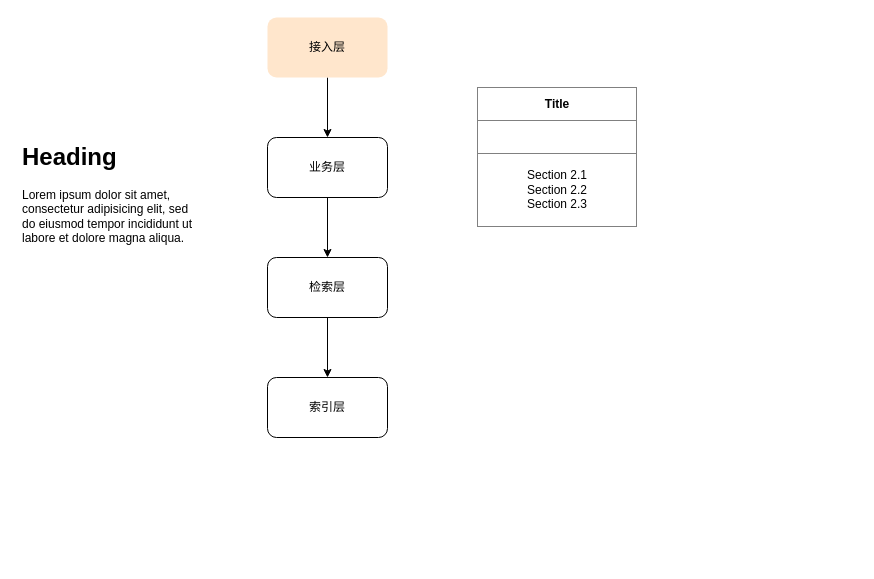
Above: frontend/中台架构.drawio in qdore/ubold (draw.io), before the change. Source tidied: cells renumbered, new cells numbered last; positions are measured from the earlier drawing's top-left corner, leaving out a move shared by most shapes. Both pictures are drawn from the tidied source at 100%, with x=0, y=0 at pixel (17, 17).
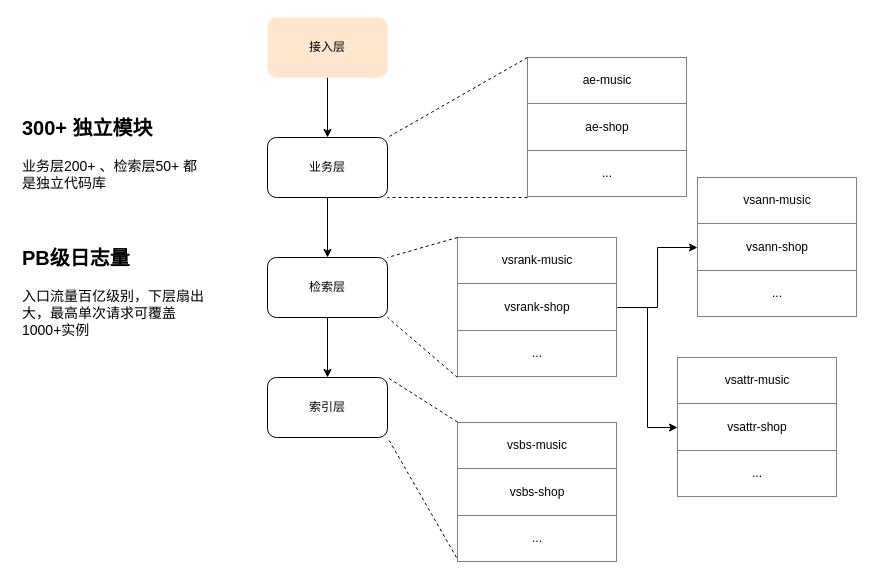
Above is the later version.

Unchanged cells that the change refers to:
```xml
<mxCell id="7" value="业务层" style="rounded=1;whiteSpace=wrap;html=1;" parent="1" vertex="1">
  <mxGeometry x="250" y="120" width="120" height="60" as="geometry" />
</mxCell>
<mxCell id="9" value="检索层" style="rounded=1;whiteSpace=wrap;html=1;" parent="1" vertex="1">
  <mxGeometry x="250" y="240" width="120" height="60" as="geometry" />
</mxCell>
<mxCell id="10" value="索引层" style="rounded=1;whiteSpace=wrap;html=1;" parent="1" vertex="1">
  <mxGeometry x="250" y="360" width="120" height="60" as="geometry" />
</mxCell>
```

The edit, as a diff of the source:
```diff
@@
-    <mxCell id="2" value="&lt;h1&gt;Heading&lt;/h1&gt;&lt;p&gt;Lorem ipsum dolor sit amet, consectetur adipisicing elit, sed do eiusmod tempor incididunt ut labore et dolore magna aliqua.&lt;/p&gt;" style="text;html=1;strokeColor=none;fillColor=none;spacing=5;spacingTop=-20;whiteSpace=wrap;overflow=hidden;rounded=0;" parent="1" vertex="1">
-      <mxGeometry y="120" width="190" height="120" as="geometry" />
+    <mxCell id="2" value="&lt;h1&gt;&lt;span style=&quot;font-size: 20px&quot;&gt;300+ 独立模块&lt;/span&gt;&lt;br&gt;&lt;/h1&gt;&lt;p&gt;&lt;span style=&quot;font-size: 14px&quot;&gt;业务层200+ 、检索层50+ 都是&lt;/span&gt;&lt;span style=&quot;font-size: 14px&quot;&gt;独立代码库&lt;/span&gt;&lt;/p&gt;" style="text;html=1;strokeColor=none;fillColor=none;spacing=5;spacingTop=-20;whiteSpace=wrap;overflow=hidden;rounded=0;" parent="1" vertex="1">
+      <mxGeometry y="90" width="190" height="90" as="geometry" />
     </mxCell>
-    <mxCell id="3" value="&lt;table border=&quot;1&quot; width=&quot;100%&quot; cellpadding=&quot;4&quot; style=&quot;width: 100% ; height: 100% ; border-collapse: collapse&quot;&gt;&lt;tbody&gt;&lt;tr&gt;&lt;th align=&quot;center&quot;&gt;&lt;b&gt;Title&lt;/b&gt;&lt;/th&gt;&lt;/tr&gt;&lt;tr&gt;&lt;td align=&quot;center&quot;&gt;&lt;br&gt;&lt;/td&gt;&lt;/tr&gt;&lt;tr&gt;&lt;td align=&quot;center&quot;&gt;Section 2.1&lt;br&gt;Section 2.2&lt;br&gt;Section 2.3&lt;/td&gt;&lt;/tr&gt;&lt;/tbody&gt;&lt;/table&gt;" style="text;html=1;strokeColor=none;fillColor=none;overflow=fill;" parent="1" vertex="1">
-      <mxGeometry x="460" y="70" width="160" height="140" as="geometry" />
+    <mxCell id="3" value="&lt;table border=&quot;1&quot; width=&quot;100%&quot; cellpadding=&quot;4&quot; style=&quot;width: 100% ; height: 100% ; border-collapse: collapse&quot;&gt;&lt;tbody&gt;&lt;tr&gt;&lt;th align=&quot;center&quot;&gt;&lt;span style=&quot;font-weight: normal&quot;&gt;ae-music&lt;/span&gt;&lt;/th&gt;&lt;/tr&gt;&lt;tr&gt;&lt;td align=&quot;center&quot;&gt;ae-shop&lt;/td&gt;&lt;/tr&gt;&lt;tr&gt;&lt;td align=&quot;center&quot;&gt;...&lt;/td&gt;&lt;/tr&gt;&lt;/tbody&gt;&lt;/table&gt;" style="text;html=1;strokeColor=none;fillColor=none;overflow=fill;" parent="1" vertex="1">
+      <mxGeometry x="510" y="40" width="160" height="140" as="geometry" />
     </mxCell>
@@
+    <mxCell id="11" value="&lt;h1&gt;&lt;span style=&quot;font-size: 20px&quot;&gt;PB级日志量&lt;/span&gt;&lt;br&gt;&lt;/h1&gt;&lt;p&gt;&lt;span style=&quot;font-size: 14px&quot;&gt;入口流量百亿级别，下层扇出大，最高单次请求可覆盖1000+实例&lt;/span&gt;&lt;br&gt;&lt;/p&gt;" style="text;html=1;strokeColor=none;fillColor=none;spacing=5;spacingTop=-20;whiteSpace=wrap;overflow=hidden;rounded=0;" parent="1" vertex="1">
+      <mxGeometry y="220" width="190" height="120" as="geometry" />
+    </mxCell>
+    <mxCell id="12" style="edgeStyle=orthogonalEdgeStyle;rounded=0;jettySize=auto;html=1;exitX=1;exitY=0.5;exitDx=0;exitDy=0;entryX=0;entryY=0.5;entryDx=0;entryDy=0;" parent="1" edge="1" source="14" target="18">
+      <mxGeometry relative="1" as="geometry" />
+    </mxCell>
+    <mxCell id="13" style="edgeStyle=orthogonalEdgeStyle;rounded=0;jettySize=auto;html=1;exitX=1;exitY=0.5;exitDx=0;exitDy=0;entryX=0;entryY=0.5;entryDx=0;entryDy=0;" parent="1" edge="1" source="14" target="17">
+      <mxGeometry relative="1" as="geometry" />
+    </mxCell>
+    <mxCell id="14" value="&lt;table border=&quot;1&quot; width=&quot;100%&quot; cellpadding=&quot;4&quot; style=&quot;width: 100% ; height: 100% ; border-collapse: collapse&quot;&gt;&lt;tbody&gt;&lt;tr&gt;&lt;th align=&quot;center&quot;&gt;&lt;span style=&quot;font-weight: normal&quot;&gt;vsrank-music&lt;/span&gt;&lt;/th&gt;&lt;/tr&gt;&lt;tr&gt;&lt;td align=&quot;center&quot;&gt;vsrank-shop&lt;/td&gt;&lt;/tr&gt;&lt;tr&gt;&lt;td align=&quot;center&quot;&gt;...&lt;/td&gt;&lt;/tr&gt;&lt;/tbody&gt;&lt;/table&gt;" style="text;html=1;strokeColor=none;fillColor=none;overflow=fill;" parent="1" vertex="1">
+      <mxGeometry x="440" y="220" width="160" height="140" as="geometry" />
+    </mxCell>
+    <mxCell id="15" style="endArrow=none;dashed=1;html=1;entryX=1;entryY=0;entryDx=0;entryDy=0;exitX=0;exitY=0;exitDx=0;exitDy=0;" parent="1" edge="1" source="3" target="7">
+      <mxGeometry relative="1" as="geometry" />
+    </mxCell>
+    <mxCell id="16" style="endArrow=none;dashed=1;html=1;entryX=1;entryY=1;entryDx=0;entryDy=0;exitX=0;exitY=1;exitDx=0;exitDy=0;" parent="1" edge="1" source="3" target="7">
+      <mxGeometry relative="1" as="geometry" />
+    </mxCell>
+    <mxCell id="17" value="&lt;table border=&quot;1&quot; width=&quot;100%&quot; cellpadding=&quot;4&quot; style=&quot;width: 100% ; height: 100% ; border-collapse: collapse&quot;&gt;&lt;tbody&gt;&lt;tr&gt;&lt;th align=&quot;center&quot;&gt;&lt;span style=&quot;font-weight: normal&quot;&gt;vsattr-music&lt;/span&gt;&lt;/th&gt;&lt;/tr&gt;&lt;tr&gt;&lt;td align=&quot;center&quot;&gt;vsattr-shop&lt;/td&gt;&lt;/tr&gt;&lt;tr&gt;&lt;td align=&quot;center&quot;&gt;...&lt;/td&gt;&lt;/tr&gt;&lt;/tbody&gt;&lt;/table&gt;" style="text;html=1;strokeColor=none;fillColor=none;overflow=fill;" parent="1" vertex="1">
+      <mxGeometry x="660" y="340" width="160" height="140" as="geometry" />
+    </mxCell>
+    <mxCell id="18" value="&lt;table border=&quot;1&quot; width=&quot;100%&quot; cellpadding=&quot;4&quot; style=&quot;width: 100% ; height: 100% ; border-collapse: collapse&quot;&gt;&lt;tbody&gt;&lt;tr&gt;&lt;th align=&quot;center&quot;&gt;&lt;span style=&quot;font-weight: normal&quot;&gt;vsann-music&lt;/span&gt;&lt;/th&gt;&lt;/tr&gt;&lt;tr&gt;&lt;td align=&quot;center&quot;&gt;vsann-shop&lt;/td&gt;&lt;/tr&gt;&lt;tr&gt;&lt;td align=&quot;center&quot;&gt;...&lt;/td&gt;&lt;/tr&gt;&lt;/tbody&gt;&lt;/table&gt;" style="text;html=1;strokeColor=none;fillColor=none;overflow=fill;" parent="1" vertex="1">
+      <mxGeometry x="680" y="160" width="160" height="140" as="geometry" />
+    </mxCell>
+    <mxCell id="19" style="endArrow=none;dashed=1;html=1;entryX=1;entryY=0;entryDx=0;entryDy=0;exitX=0;exitY=0;exitDx=0;exitDy=0;" parent="1" edge="1" source="14" target="9">
+      <mxGeometry relative="1" as="geometry" />
+    </mxCell>
+    <mxCell id="20" style="endArrow=none;dashed=1;html=1;entryX=1;entryY=1;entryDx=0;entryDy=0;exitX=0;exitY=1;exitDx=0;exitDy=0;" parent="1" edge="1" source="14" target="9">
+      <mxGeometry relative="1" as="geometry" />
+    </mxCell>
+    <mxCell id="21" value="&lt;table border=&quot;1&quot; width=&quot;100%&quot; cellpadding=&quot;4&quot; style=&quot;width: 100% ; height: 100% ; border-collapse: collapse&quot;&gt;&lt;tbody&gt;&lt;tr&gt;&lt;th align=&quot;center&quot;&gt;&lt;span style=&quot;font-weight: normal&quot;&gt;vsbs-music&lt;/span&gt;&lt;/th&gt;&lt;/tr&gt;&lt;tr&gt;&lt;td align=&quot;center&quot;&gt;vsbs-shop&lt;/td&gt;&lt;/tr&gt;&lt;tr&gt;&lt;td align=&quot;center&quot;&gt;...&lt;/td&gt;&lt;/tr&gt;&lt;/tbody&gt;&lt;/table&gt;" style="text;html=1;strokeColor=none;fillColor=none;overflow=fill;" parent="1" vertex="1">
+      <mxGeometry x="440" y="404.5" width="160" height="140" as="geometry" />
+    </mxCell>
+    <mxCell id="22" style="endArrow=none;dashed=1;html=1;entryX=1;entryY=0;entryDx=0;entryDy=0;exitX=0;exitY=0;exitDx=0;exitDy=0;" parent="1" edge="1" source="21" target="10">
+      <mxGeometry relative="1" as="geometry" />
+    </mxCell>
+    <mxCell id="23" style="endArrow=none;dashed=1;html=1;entryX=1;entryY=1;entryDx=0;entryDy=0;" parent="1" edge="1" target="10">
+      <mxGeometry relative="1" as="geometry">
+        <mxPoint x="439" y="540" as="sourcePoint" />
+      </mxGeometry>
+    </mxCell>
```
